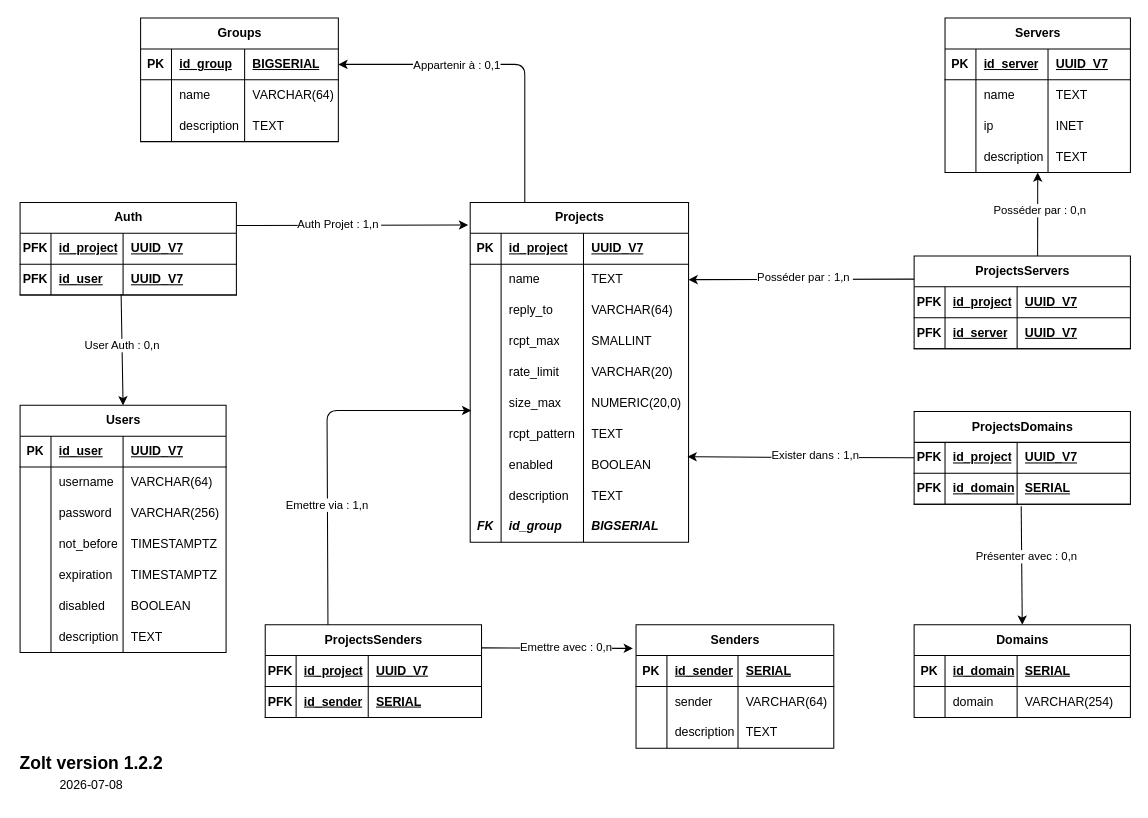
Before: Doc/mpd.drawio in matyas-cyril/appmail-badger, a draw.io diagram. Source tidied: cells renumbered, new cells numbered last; positions are measured from the earlier drawing's top-left corner, leaving out a move shared by most shapes. Both pictures are drawn from the tidied source at 103%, with x=0, y=0 at pixel (18, 18).
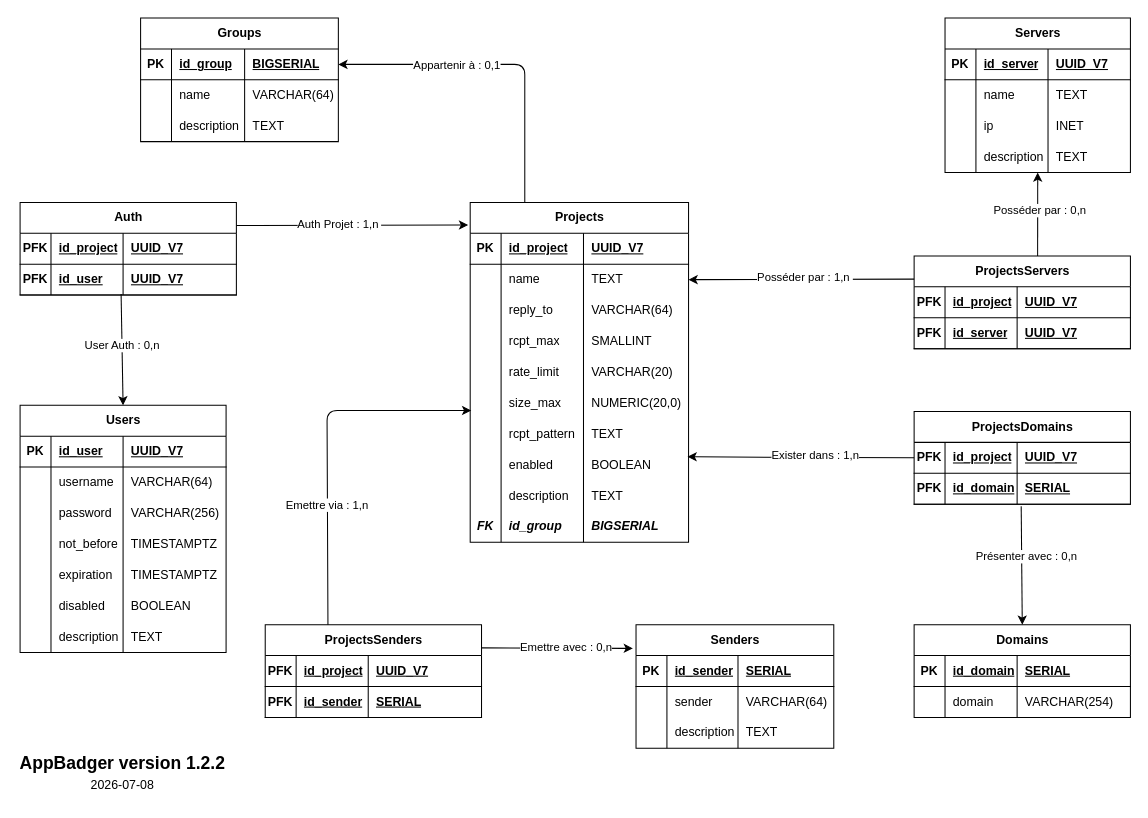
Above is the later version.

Commit message (it also covers changes not shown here):
Ajout du nom en cartouche

Diff of the diagram source:
```diff
@@
-    <mxCell id="178" value="&lt;div style=&quot;line-height: 80%;&quot;&gt;&lt;div align=&quot;left&quot;&gt;&lt;b&gt;&lt;font style=&quot;font-size: 17px; line-height: 80%;&quot;&gt;Zolt version 1.2.2&lt;/font&gt;&lt;/b&gt;&lt;/div&gt;&lt;div&gt;&lt;br&gt;&lt;/div&gt;&lt;div align=&quot;center&quot;&gt;2026-07-08&lt;/div&gt;&lt;/div&gt;" style="text;html=1;whiteSpace=wrap;strokeColor=none;fillColor=none;align=left;verticalAlign=middle;rounded=0;" parent="1" vertex="1">
-      <mxGeometry y="709" width="160" height="50" as="geometry" />
+    <mxCell id="178" value="&lt;div style=&quot;line-height: 80%;&quot;&gt;&lt;div align=&quot;left&quot;&gt;&lt;b&gt;&lt;font style=&quot;font-size: 17px; line-height: 80%;&quot;&gt;AppBadger version 1.2.2&lt;/font&gt;&lt;/b&gt;&lt;/div&gt;&lt;div&gt;&lt;br&gt;&lt;/div&gt;&lt;div align=&quot;center&quot;&gt;2026-07-08&lt;/div&gt;&lt;/div&gt;" style="text;html=1;whiteSpace=wrap;strokeColor=none;fillColor=none;align=left;verticalAlign=middle;rounded=0;" parent="1" vertex="1">
+      <mxGeometry y="709" width="210" height="50" as="geometry" />
     </mxCell>
```
